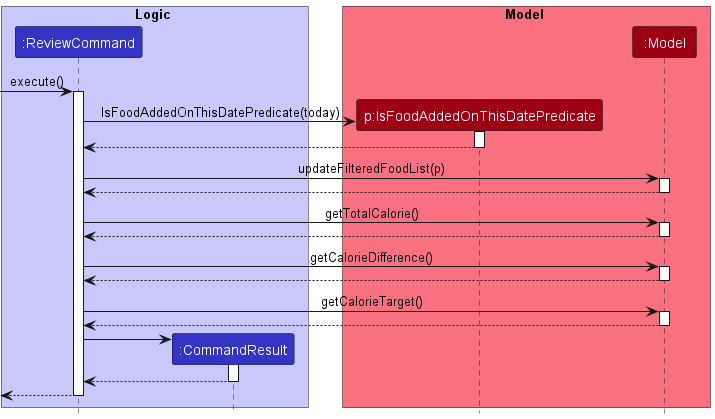
The PlantUML diagram docs/images/ReviewSequenceDiagram.png in nus-cs2103-AY2223S1/tp, before a commit.
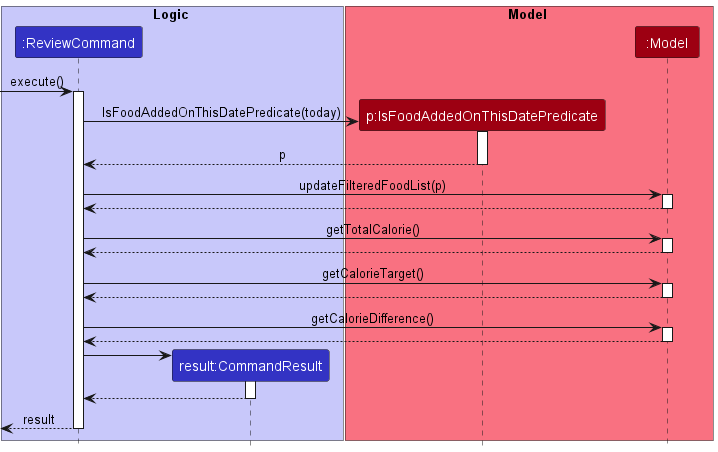
After the change.

Commit message:
Add diagrams for find and list in dg

Diff of the diagram source:
```diff
@@ -3,7 +3,7 @@
 
 box Logic LOGIC_COLOR_T1
 participant ":ReviewCommand" as ReviewCommand LOGIC_COLOR
-participant ":CommandResult" as CommandResult LOGIC_COLOR
+participant "result:CommandResult" as CommandResult LOGIC_COLOR
 end box
 
 box Model MODEL_COLOR_T1
@@ -18,7 +18,7 @@
 ReviewCommand -> IsFoodAddedOnThisDatePredicate : IsFoodAddedOnThisDatePredicate(today)
 activate IsFoodAddedOnThisDatePredicate
 
-IsFoodAddedOnThisDatePredicate --> ReviewCommand
+IsFoodAddedOnThisDatePredicate --> ReviewCommand : p
 deactivate IsFoodAddedOnThisDatePredicate
 
 ReviewCommand -> Model : updateFilteredFoodList(p)
@@ -33,13 +33,13 @@
 Model --> ReviewCommand
 deactivate Model
 
-ReviewCommand -> Model : getCalorieDifference()
+ReviewCommand -> Model : getCalorieTarget()
 activate Model
 
 Model --> ReviewCommand
 deactivate Model
 
-ReviewCommand -> Model : getCalorieTarget()
+ReviewCommand -> Model : getCalorieDifference()
 activate Model
 
 Model --> ReviewCommand
@@ -52,7 +52,7 @@
 CommandResult --> ReviewCommand
 deactivate CommandResult
 
-[<--ReviewCommand
+[<--ReviewCommand : result
 deactivate ReviewCommand
 
 @enduml
```
